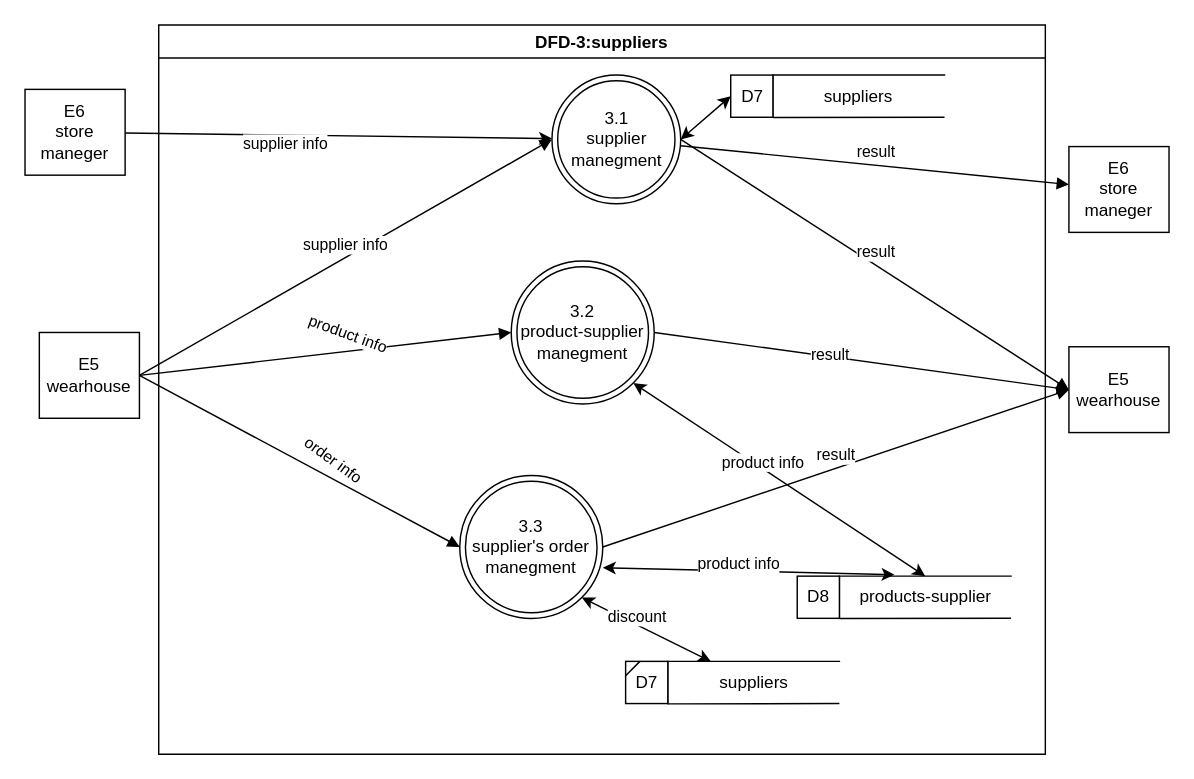
This is page "dfd3" (1 of 4) of docs/DFD/DFD3_Supplier.drawio from Naveavra/Market, a draw.io file, before an edit. Source tidied: cells renumbered, new cells numbered last; positions are measured from the earlier drawing's top-left corner, leaving out a move shared by most shapes. Both pictures are drawn from the tidied source at 143%, with x=0, y=0 at pixel (24, 24).
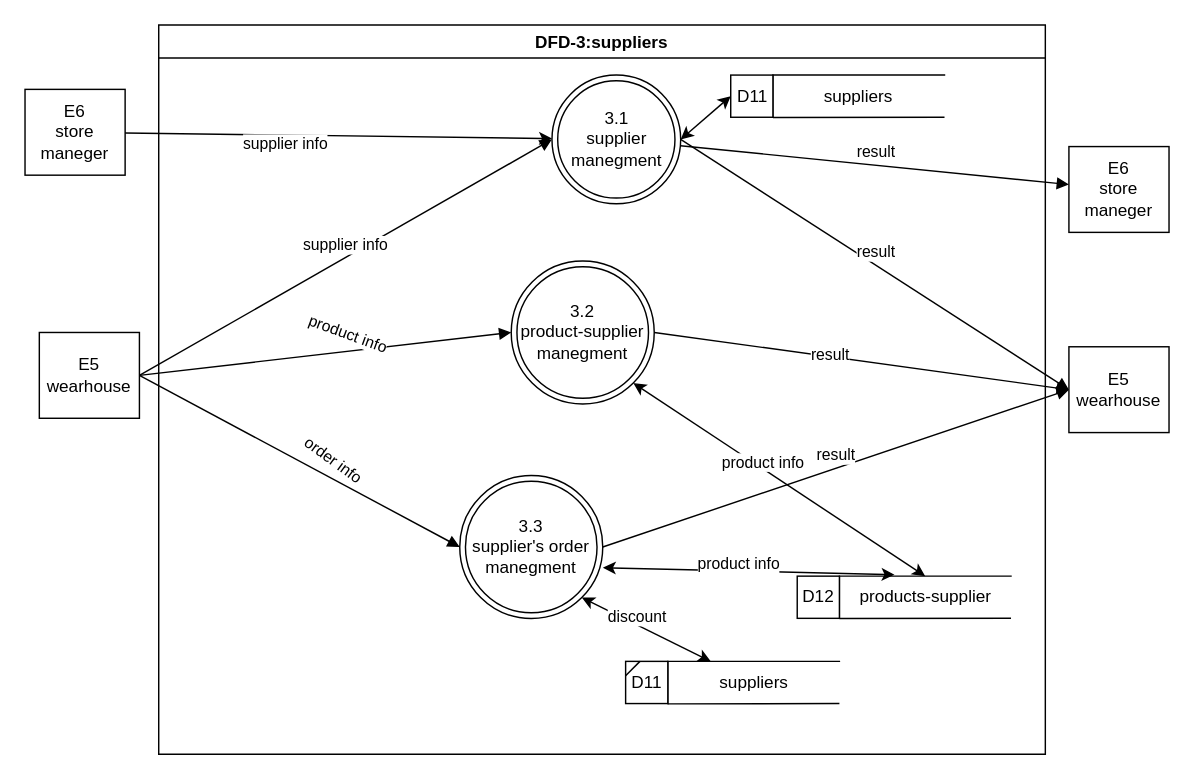
The same page after the edit.

Unchanged cells that the change refers to:
```xml
<mxCell id="2" value="DFD-3:suppliers" style="swimlane;" parent="1" vertex="1">
  <mxGeometry x="93.5" width="620" height="510" as="geometry" />
</mxCell>
<mxCell id="18" style="group;" parent="2" vertex="1">
  <mxGeometry x="446.5" y="385.4" width="149.5" height="29.6" as="geometry" />
</mxCell>
```

Diff of the diagram source:
```diff
@@
-    <mxCell id="8" value="D7" style="whiteSpace=wrap;html=1;" parent="2" vertex="1">
+    <mxCell id="8" value="D11" style="whiteSpace=wrap;html=1;" parent="2" vertex="1">
       <mxGeometry x="326.5" y="445" width="29.5" height="29.5" as="geometry" />
     </mxCell>
@@
-    <mxCell id="17" value="D7" style="whiteSpace=wrap;html=1;" parent="2" vertex="1">
+    <mxCell id="17" value="D11" style="whiteSpace=wrap;html=1;" parent="2" vertex="1">
       <mxGeometry x="400" y="35" width="29.5" height="29.5" as="geometry" />
     </mxCell>
@@
-    <mxCell id="21" value="D8" style="whiteSpace=wrap;html=1;" parent="18" vertex="1">
+    <mxCell id="21" value="D12" style="whiteSpace=wrap;html=1;" parent="18" vertex="1">
       <mxGeometry width="29.5" height="29.5" as="geometry" />
     </mxCell>
```
